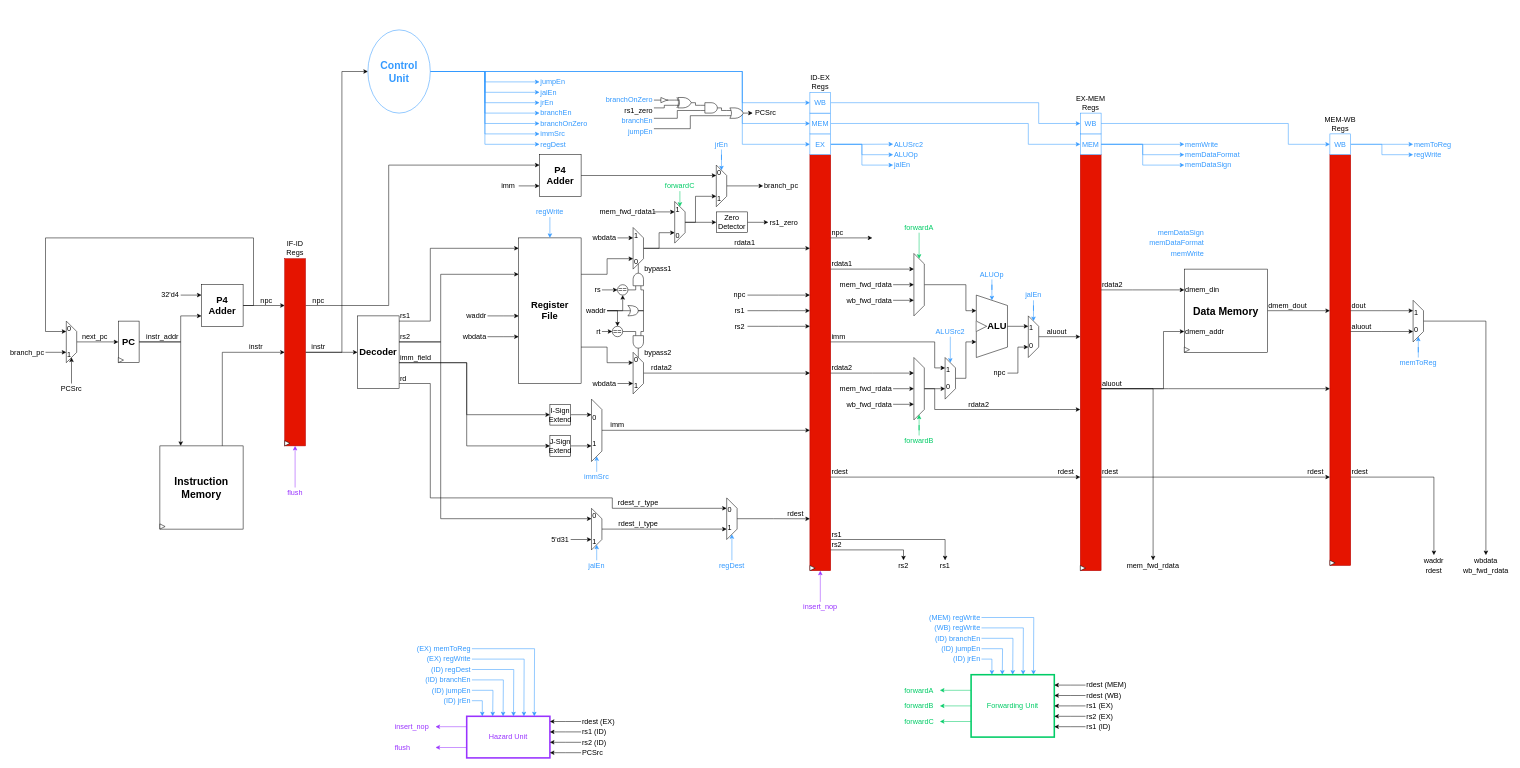
lorenzobadas/DLX keeps this draw.io diagram as docs/dlx_architecture.drawio. Above is the earlier version. Source tidied: cells renumbered, new cells numbered last; positions are measured from the earlier drawing's top-left corner, leaving out a move shared by most shapes. Both pictures are drawn from the tidied source at 52%, with x=0, y=0 at pixel (9, 30).
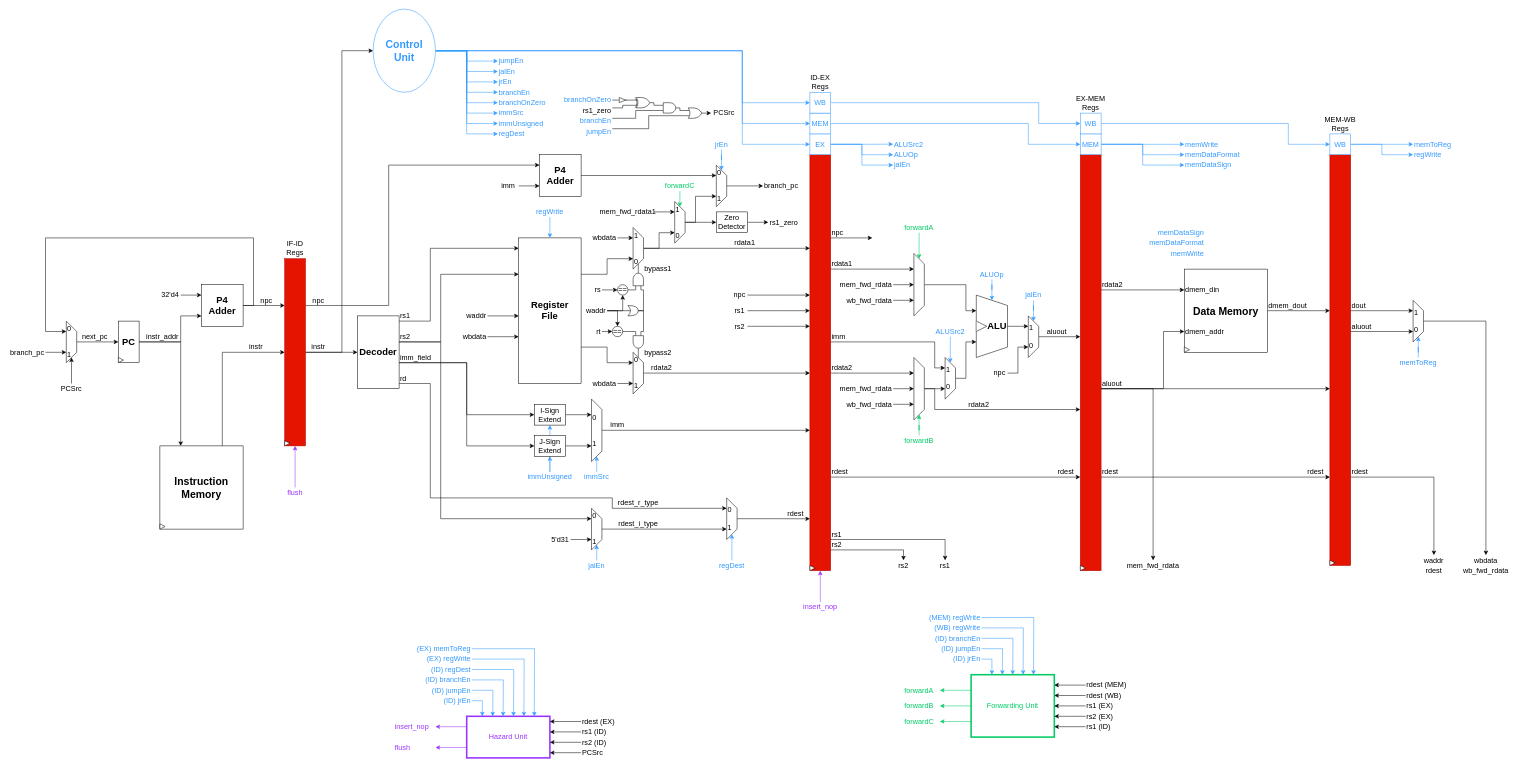
The same page after the edit.

Commit message:
update dlx_architecture

The change refers to these unchanged cells:
```xml
<mxCell id="13" style="rounded=0;whiteSpace=wrap;html=1;fontSize=14;fillColor=#e51400;fontColor=#ffffff;strokeColor=#B20000;" parent="1" vertex="1">
  <mxGeometry x="530" y="440" width="40" height="360" as="geometry" />
</mxCell>
<mxCell id="49" value="&lt;font style=&quot;color: rgb(51, 153, 255);&quot;&gt;EX&lt;/font&gt;" style="rounded=0;whiteSpace=wrap;html=1;strokeColor=#3399FF;fontSize=14;" parent="1" vertex="1">
  <mxGeometry x="1540" y="200" width="40" height="40" as="geometry" />
</mxCell>
<mxCell id="51" value="&lt;font style=&quot;color: rgb(51, 153, 255);&quot;&gt;MEM&lt;/font&gt;" style="rounded=0;whiteSpace=wrap;html=1;strokeColor=#3399FF;fontSize=14;" parent="1" vertex="1">
  <mxGeometry x="1540" y="160" width="40" height="40" as="geometry" />
</mxCell>
<mxCell id="53" value="&lt;font style=&quot;color: rgb(51, 153, 255);&quot;&gt;WB&lt;/font&gt;" style="rounded=0;whiteSpace=wrap;html=1;strokeColor=#3399FF;fontSize=14;" parent="1" vertex="1">
  <mxGeometry x="1540" y="120" width="40" height="40" as="geometry" />
</mxCell>
```

What changed in the source:
```diff
@@
+    <mxCell id="347" style="edgeStyle=orthogonalEdgeStyle;rounded=0;jettySize=auto;html=1;exitX=0.5;exitY=0;exitDx=0;exitDy=0;entryX=0.5;entryY=1;entryDx=0;entryDy=0;strokeColor=#3399FF;" parent="1" edge="1" source="350" target="64">
+      <mxGeometry relative="1" as="geometry" />
+    </mxCell>
@@
     <mxCell id="10" style="edgeStyle=orthogonalEdgeStyle;rounded=0;jettySize=auto;html=1;exitX=1;exitY=0.5;exitDx=0;exitDy=0;entryX=0;entryY=0.5;entryDx=0;entryDy=0;fontSize=14;" parent="1" edge="1" source="13" target="45">
       <mxGeometry relative="1" as="geometry">
         <Array as="points">
           <mxPoint x="640" y="620" />
-          <mxPoint x="640" y="80" />
+          <mxPoint x="640" y="40" />
         </Array>
       </mxGeometry>
     </mxCell>
@@
     <mxCell id="35" style="edgeStyle=orthogonalEdgeStyle;rounded=0;jettySize=auto;html=1;exitX=1;exitY=0.5;exitDx=0;exitDy=0;entryX=0;entryY=0.5;entryDx=0;entryDy=0;strokeColor=#3399FF;fontSize=14;" parent="1" edge="1" source="45" target="49">
       <mxGeometry relative="1" as="geometry">
         <Array as="points">
-          <mxPoint x="1410" y="80" />
+          <mxPoint x="1410" y="40" />
           <mxPoint x="1410" y="220" />
         </Array>
       </mxGeometry>
     </mxCell>
     <mxCell id="36" style="edgeStyle=orthogonalEdgeStyle;rounded=0;jettySize=auto;html=1;exitX=1;exitY=0.5;exitDx=0;exitDy=0;entryX=0;entryY=0.5;entryDx=0;entryDy=0;strokeColor=#3399FF;fontSize=14;" parent="1" edge="1" source="45" target="51">
       <mxGeometry relative="1" as="geometry">
         <Array as="points">
-          <mxPoint x="1410" y="80" />
+          <mxPoint x="1410" y="40" />
           <mxPoint x="1410" y="180" />
         </Array>
       </mxGeometry>
     </mxCell>
     <mxCell id="37" style="edgeStyle=orthogonalEdgeStyle;rounded=0;jettySize=auto;html=1;exitX=1;exitY=0.5;exitDx=0;exitDy=0;entryX=0;entryY=0.5;entryDx=0;entryDy=0;strokeColor=#3399FF;fontSize=14;" parent="1" edge="1" source="45" target="53">
       <mxGeometry relative="1" as="geometry">
         <Array as="points">
-          <mxPoint x="1410" y="80" />
+          <mxPoint x="1410" y="40" />
           <mxPoint x="1410" y="140" />
         </Array>
       </mxGeometry>
     </mxCell>
@@
+    <mxCell id="348" style="edgeStyle=orthogonalEdgeStyle;rounded=0;jettySize=auto;html=1;exitX=1;exitY=0.5;exitDx=0;exitDy=0;entryX=0;entryY=0.5;entryDx=0;entryDy=0;strokeColor=#3399FF;" parent="1" edge="1" source="45" target="351">
+      <mxGeometry relative="1" as="geometry" />
+    </mxCell>
     <mxCell id="45" value="&lt;b&gt;&lt;font style=&quot;font-size: 20px;&quot;&gt;Control&lt;/font&gt;&lt;/b&gt;&lt;div&gt;&lt;b&gt;&lt;font style=&quot;font-size: 20px;&quot;&gt;Unit&lt;/font&gt;&lt;/b&gt;&lt;/div&gt;" style="ellipse;whiteSpace=wrap;html=1;fontColor=#3399FF;strokeColor=#3399FF;fontSize=14;" parent="1" vertex="1">
-      <mxGeometry x="690" width="120" height="160" as="geometry" />
+      <mxGeometry x="700" y="-40" width="120" height="160" as="geometry" />
     </mxCell>
@@
     <mxCell id="64" value="I-Sign&lt;div&gt;Extend&lt;/div&gt;" style="rounded=0;whiteSpace=wrap;html=1;fontSize=14;" parent="1" vertex="1">
-      <mxGeometry x="1040" y="720" width="40" height="40" as="geometry" />
+      <mxGeometry x="1010" y="720" width="60" height="40" as="geometry" />
     </mxCell>
@@
     <mxCell id="66" value="J-Sign&lt;div&gt;Extend&lt;/div&gt;" style="rounded=0;whiteSpace=wrap;html=1;fontSize=14;" parent="1" vertex="1">
-      <mxGeometry x="1040" y="780" width="40" height="40" as="geometry" />
+      <mxGeometry x="1010" y="780" width="60" height="40" as="geometry" />
     </mxCell>
@@
     <mxCell id="107" style="group;fontSize=14;" parent="1" vertex="1">
-      <mxGeometry x="1150" y="120" width="270" height="80" as="geometry" />
+      <mxGeometry x="1070" y="120" width="270" height="80" as="geometry" />
     </mxCell>
@@
     <mxCell id="123" value="&lt;font style=&quot;color: rgb(0, 0, 0);&quot;&gt;PCSrc&lt;/font&gt;" style="text;html=1;align=center;verticalAlign=middle;whiteSpace=wrap;rounded=0;strokeColor=none;fontSize=14;" parent="1" vertex="1">
-      <mxGeometry x="1430" y="150" width="50" height="20" as="geometry" />
+      <mxGeometry x="1350" y="150" width="50" height="20" as="geometry" />
     </mxCell>
@@
     <mxCell id="158" value="&lt;font style=&quot;color: rgb(51, 153, 255);&quot;&gt;jrEn&lt;/font&gt;" style="text;html=1;align=left;verticalAlign=middle;whiteSpace=wrap;rounded=0;fontSize=14;" parent="1" vertex="1">
-      <mxGeometry x="1020" y="130" width="60" height="20" as="geometry" />
+      <mxGeometry x="940" y="90" width="60" height="20" as="geometry" />
     </mxCell>
     <mxCell id="159" value="&lt;font style=&quot;color: rgb(51, 153, 255);&quot;&gt;jumpEn&lt;/font&gt;" style="text;html=1;align=left;verticalAlign=middle;whiteSpace=wrap;rounded=0;fontSize=14;" parent="1" vertex="1">
-      <mxGeometry x="1020" y="90" width="60" height="20" as="geometry" />
+      <mxGeometry x="940" y="50" width="60" height="20" as="geometry" />
     </mxCell>
     <mxCell id="160" value="&lt;font style=&quot;color: rgb(51, 153, 255);&quot;&gt;branchEn&lt;/font&gt;" style="text;html=1;align=left;verticalAlign=middle;whiteSpace=wrap;rounded=0;fontSize=14;" parent="1" vertex="1">
-      <mxGeometry x="1020" y="150" width="60" height="20" as="geometry" />
+      <mxGeometry x="940" y="110" width="60" height="20" as="geometry" />
     </mxCell>
     <mxCell id="161" value="&lt;font style=&quot;color: rgb(51, 153, 255);&quot;&gt;branchOnZero&lt;/font&gt;" style="text;html=1;align=left;verticalAlign=middle;whiteSpace=wrap;rounded=0;fontSize=14;" parent="1" vertex="1">
-      <mxGeometry x="1020" y="170" width="60" height="20" as="geometry" />
+      <mxGeometry x="940" y="130" width="60" height="20" as="geometry" />
     </mxCell>
     <mxCell id="162" value="&lt;font style=&quot;color: rgb(51, 153, 255);&quot;&gt;jalEn&lt;/font&gt;" style="text;html=1;align=left;verticalAlign=middle;whiteSpace=wrap;rounded=0;fontSize=14;" parent="1" vertex="1">
-      <mxGeometry x="1020" y="110" width="60" height="20" as="geometry" />
+      <mxGeometry x="940" y="70" width="60" height="20" as="geometry" />
     </mxCell>
     <mxCell id="163" value="&lt;font style=&quot;color: rgb(51, 153, 255);&quot;&gt;immSrc&lt;/font&gt;" style="text;html=1;align=left;verticalAlign=middle;whiteSpace=wrap;rounded=0;fontSize=14;" parent="1" vertex="1">
-      <mxGeometry x="1020" y="190" width="60" height="20" as="geometry" />
+      <mxGeometry x="940" y="150" width="60" height="20" as="geometry" />
     </mxCell>
@@
     <mxCell id="340" value="&lt;font style=&quot;color: rgb(51, 153, 255);&quot;&gt;regDest&lt;/font&gt;" style="text;html=1;align=left;verticalAlign=middle;whiteSpace=wrap;rounded=0;fontSize=14;" parent="1" vertex="1">
-      <mxGeometry x="1020" y="210" width="60" height="20" as="geometry" />
+      <mxGeometry x="940" y="190" width="60" height="20" as="geometry" />
     </mxCell>
@@
+    <mxCell id="349" style="edgeStyle=orthogonalEdgeStyle;rounded=0;jettySize=auto;html=1;exitX=0.5;exitY=0;exitDx=0;exitDy=0;entryX=0.5;entryY=1;entryDx=0;entryDy=0;strokeColor=#3399FF;" parent="1" edge="1" source="350" target="66">
+      <mxGeometry relative="1" as="geometry" />
+    </mxCell>
+    <mxCell id="350" value="&lt;font style=&quot;color: rgb(51, 153, 255);&quot;&gt;immUnsigned&lt;/font&gt;" style="text;html=1;align=center;verticalAlign=middle;whiteSpace=wrap;rounded=0;fontSize=14;" parent="1" vertex="1">
+      <mxGeometry x="990" y="850" width="100" height="20" as="geometry" />
+    </mxCell>
+    <mxCell id="351" value="&lt;font style=&quot;color: rgb(51, 153, 255);&quot;&gt;immUnsigned&lt;/font&gt;" style="text;html=1;align=left;verticalAlign=middle;whiteSpace=wrap;rounded=0;fontSize=14;" parent="1" vertex="1">
+      <mxGeometry x="940" y="170" width="100" height="20" as="geometry" />
+    </mxCell>
```
